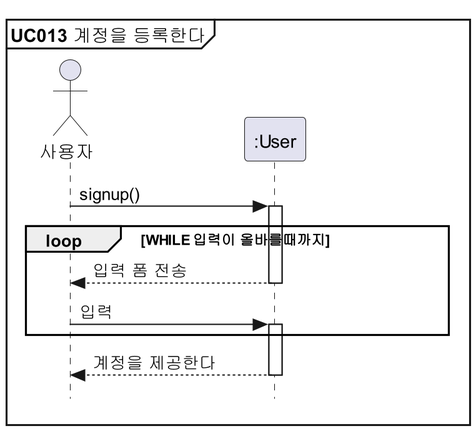
parkchamchi/SoftwareEngineering2023 keeps this PlantUML diagram as docs/설계명세서/images/seq_diag/uc013.png. Above is the earlier version.
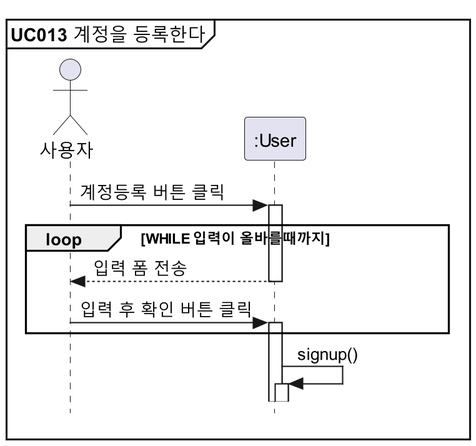
After the change.

The edit, as a diff of the source:
```diff
@@ -6,13 +6,13 @@
 actor 사용자
 participant ":User" as User
 
-사용자 -> User : signup()
+사용자 -> User : 계정등록 버튼 클릭
 
 loop WHILE 입력이 올바를때까지
 	User --> 사용자 : 입력 폼 전송
-	사용자 -> User : 입력
+	사용자 -> User : 입력 후 확인 버튼 클릭
 end
 
-User --> 사용자 : 계정을 제공한다
+User -> User : signup()
 
 @enduml
```
